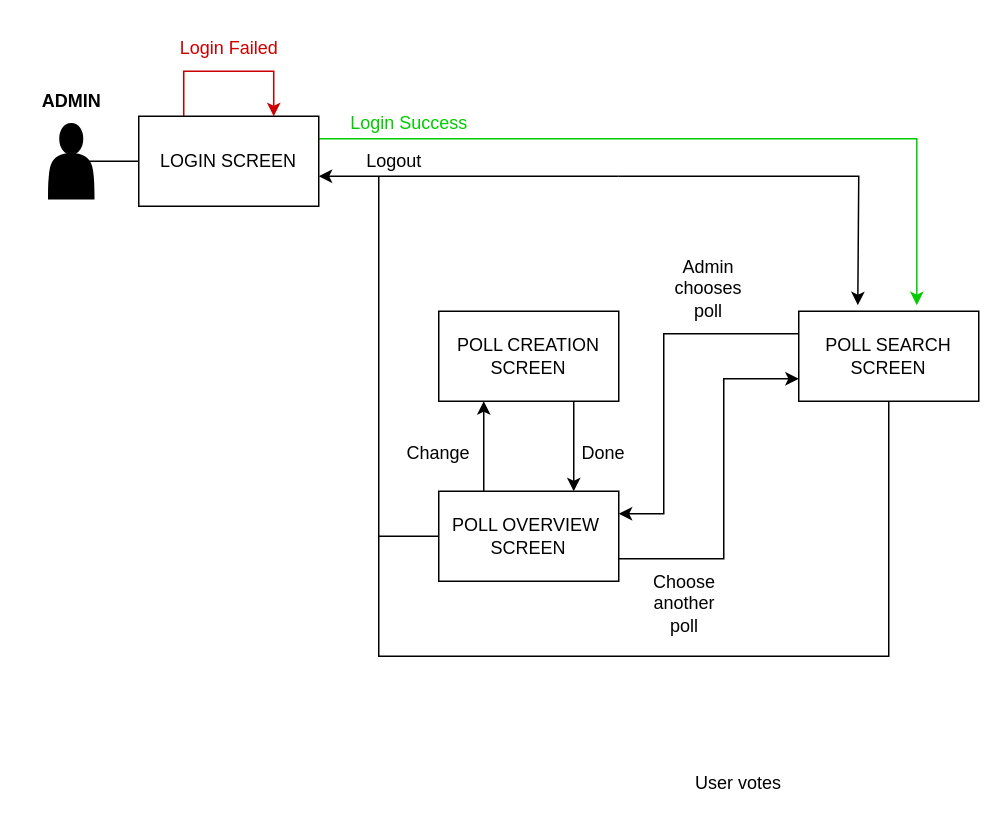
This is Assignments/AssignmentA/ApplicationFlowDiagrams/Application_Flow_Diagram_Admin.drawio from LisaEliassen/DAT250_Project, a draw.io file, before an edit. Source tidied: cells renumbered, new cells numbered last; positions are measured from the earlier drawing's top-left corner, leaving out a move shared by most shapes. Both pictures are drawn from the tidied source at 150%, with x=0, y=0 at pixel (26, 26).
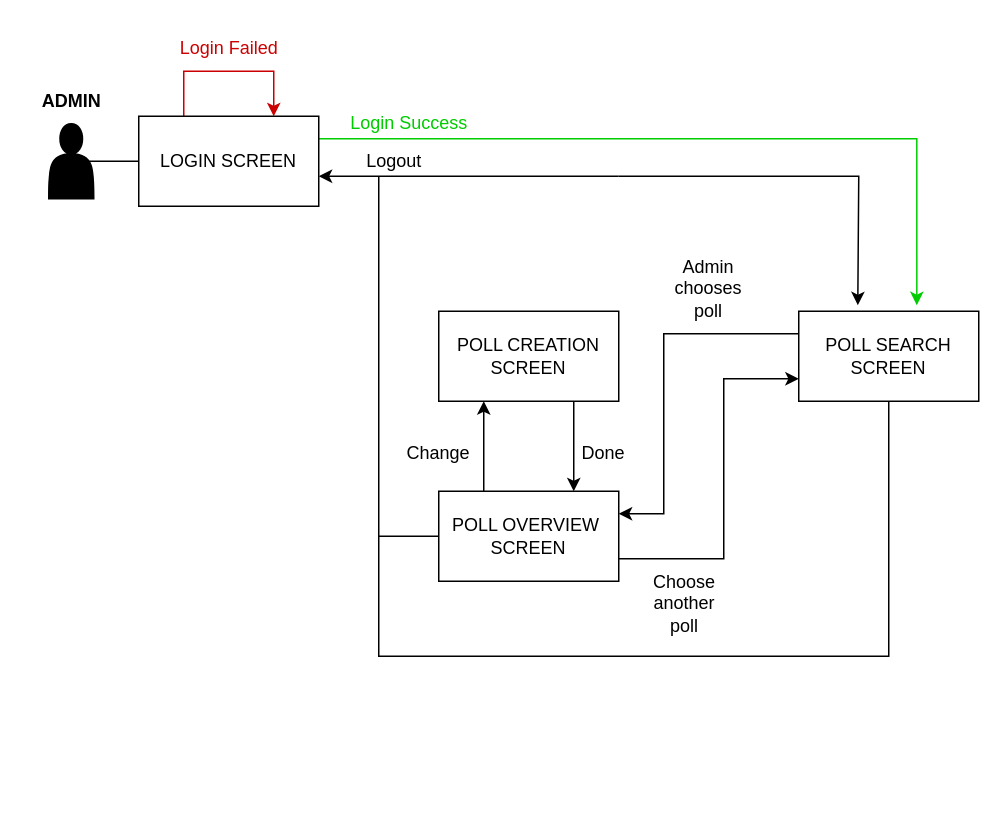
After the change.

The edit, as a diff of the source:
```diff
@@
-    <mxCell id="21" value="User votes" style="text;html=1;strokeColor=none;fillColor=none;align=center;verticalAlign=middle;whiteSpace=wrap;rounded=0;" parent="1" vertex="1">
-      <mxGeometry x="445" y="490" width="60" height="30" as="geometry" />
-    </mxCell>
```
